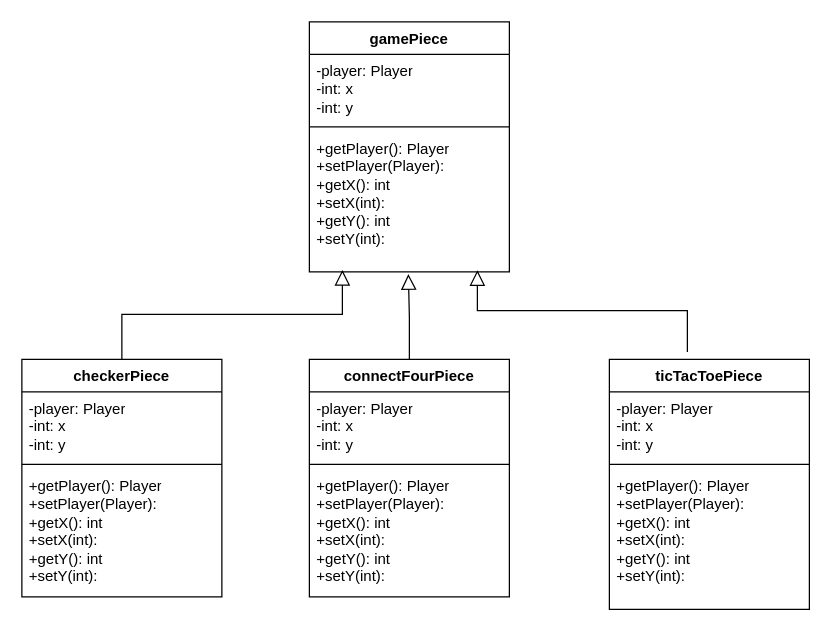
Before: Iteration_1/Backend/StructureDiagrams/Game_piece_structure_diagram.drawio in m-yoon02/Condensation, a draw.io diagram. Source tidied: cells renumbered, new cells numbered last; positions are measured from the earlier drawing's top-left corner, leaving out a move shared by most shapes. Both pictures are drawn from the tidied source at 125%, with x=0, y=0 at pixel (21, 21).
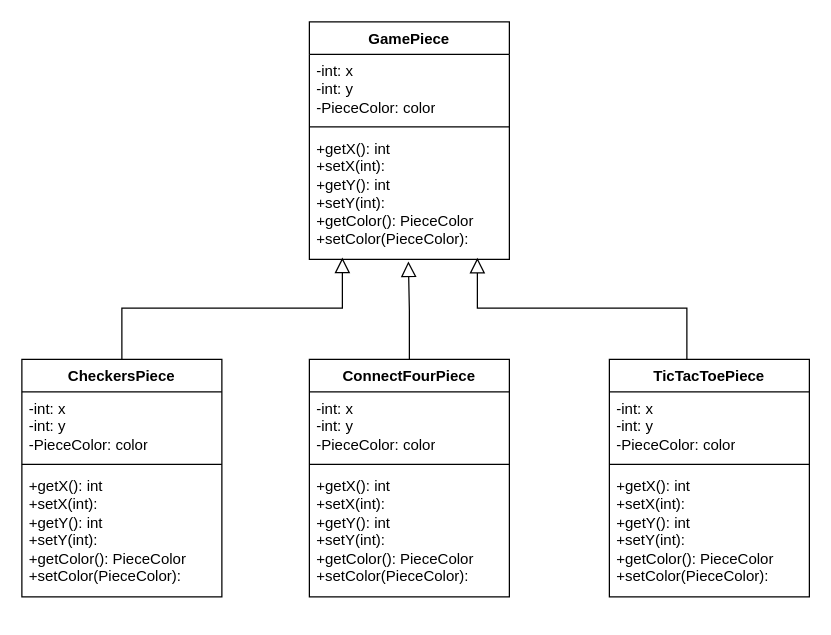
Above is the later version.

Commit message:
deleted Player attribute. Added color attribute. Changed naming scheme to pascal case

The edit, as a diff of the source:
```diff
@@
-    <mxCell id="2" value="gamePiece" style="swimlane;fontStyle=1;align=center;verticalAlign=top;horizontal=1;startSize=26;whiteSpace=wrap;html=1;" parent="1" vertex="1">
-      <mxGeometry x="230" width="160" height="200" as="geometry" />
+    <mxCell id="2" value="GamePiece" style="swimlane;fontStyle=1;align=center;verticalAlign=top;horizontal=1;startSize=26;whiteSpace=wrap;html=1;" parent="1" vertex="1">
+      <mxGeometry x="230" width="160" height="190" as="geometry" />
     </mxCell>
-    <mxCell id="3" value="-player: Player&lt;div&gt;-int: x&lt;/div&gt;&lt;div&gt;-int: y&lt;/div&gt;" style="text;strokeColor=none;fillColor=none;align=left;verticalAlign=top;spacingLeft=4;spacingRight=4;overflow=hidden;whiteSpace=wrap;html=1;" parent="2" vertex="1">
+    <mxCell id="3" value="&lt;div&gt;-int: x&lt;/div&gt;&lt;div&gt;-int: y&lt;/div&gt;&lt;div&gt;-PieceColor: color&lt;/div&gt;" style="text;strokeColor=none;fillColor=none;align=left;verticalAlign=top;spacingLeft=4;spacingRight=4;overflow=hidden;whiteSpace=wrap;html=1;" parent="2" vertex="1">
       <mxGeometry y="26" width="160" height="54" as="geometry" />
     </mxCell>
@@
-    <mxCell id="5" value="+getPlayer(): Player&lt;div&gt;+setPlayer(Player):&lt;/div&gt;&lt;div&gt;+getX(): int&lt;/div&gt;&lt;div&gt;+setX(int):&lt;/div&gt;&lt;div&gt;+getY(): int&lt;/div&gt;&lt;div&gt;+setY(int):&lt;/div&gt;&lt;div&gt;&lt;br&gt;&lt;/div&gt;" style="text;strokeColor=none;fillColor=none;align=left;verticalAlign=top;spacingLeft=4;spacingRight=4;overflow=hidden;points=[[0,0.5],[1,0.5]];portConstraint=eastwest;whiteSpace=wrap;html=1;" parent="2" vertex="1">
-      <mxGeometry y="88" width="160" height="112" as="geometry" />
+    <mxCell id="5" value="&lt;span style=&quot;background-color: initial;&quot;&gt;+getX(): int&lt;/span&gt;&lt;div&gt;+setX(int):&lt;/div&gt;&lt;div&gt;+getY(): int&lt;/div&gt;&lt;div&gt;+setY(int):&lt;/div&gt;&lt;div&gt;+getColor(): PieceColor&lt;/div&gt;&lt;div&gt;+setColor(PieceColor):&lt;/div&gt;&lt;div&gt;&lt;br&gt;&lt;/div&gt;" style="text;strokeColor=none;fillColor=none;align=left;verticalAlign=top;spacingLeft=4;spacingRight=4;overflow=hidden;points=[[0,0.5],[1,0.5]];portConstraint=eastwest;whiteSpace=wrap;html=1;" parent="2" vertex="1">
+      <mxGeometry y="88" width="160" height="102" as="geometry" />
     </mxCell>
-    <mxCell id="6" value="checkerPiece" style="swimlane;fontStyle=1;align=center;verticalAlign=top;horizontal=1;startSize=26;whiteSpace=wrap;html=1;" parent="1" vertex="1">
+    <mxCell id="6" value="CheckersPiece" style="swimlane;fontStyle=1;align=center;verticalAlign=top;horizontal=1;startSize=26;whiteSpace=wrap;html=1;" parent="1" vertex="1">
       <mxGeometry y="270" width="160" height="190" as="geometry" />
     </mxCell>
-    <mxCell id="7" value="-player: Player&lt;div&gt;-int: x&lt;/div&gt;&lt;div&gt;-int: y&lt;/div&gt;" style="text;strokeColor=none;fillColor=none;align=left;verticalAlign=top;spacingLeft=4;spacingRight=4;overflow=hidden;whiteSpace=wrap;html=1;" parent="6" vertex="1">
+    <mxCell id="7" value="&lt;div&gt;-int: x&lt;/div&gt;&lt;div&gt;-int: y&lt;/div&gt;&lt;div&gt;-PieceColor: color&lt;/div&gt;" style="text;strokeColor=none;fillColor=none;align=left;verticalAlign=top;spacingLeft=4;spacingRight=4;overflow=hidden;whiteSpace=wrap;html=1;" parent="6" vertex="1">
       <mxGeometry y="26" width="160" height="54" as="geometry" />
     </mxCell>
@@
-    <mxCell id="9" value="&lt;div&gt;+getPlayer(): Player&lt;div&gt;+setPlayer(Player):&lt;/div&gt;&lt;div&gt;+getX(): int&lt;/div&gt;&lt;div&gt;+setX(int):&lt;/div&gt;&lt;div&gt;+getY(): int&lt;/div&gt;&lt;div&gt;+setY(int):&lt;/div&gt;&lt;div&gt;&lt;br&gt;&lt;/div&gt;&lt;/div&gt;" style="text;strokeColor=none;fillColor=none;align=left;verticalAlign=top;spacingLeft=4;spacingRight=4;overflow=hidden;whiteSpace=wrap;html=1;" parent="6" vertex="1">
+    <mxCell id="9" value="&lt;div&gt;&lt;div&gt;&lt;div&gt;&lt;div&gt;&lt;span style=&quot;background-color: initial;&quot;&gt;+getX(): int&lt;/span&gt;&lt;div&gt;+setX(int):&lt;/div&gt;&lt;div&gt;+getY(): int&lt;/div&gt;&lt;div&gt;+setY(int):&lt;/div&gt;&lt;div&gt;+getColor(): PieceColor&lt;/div&gt;&lt;div&gt;+setColor(PieceColor):&lt;/div&gt;&lt;div&gt;&lt;br&gt;&lt;/div&gt;&lt;/div&gt;&lt;/div&gt;&lt;/div&gt;&lt;/div&gt;" style="text;strokeColor=none;fillColor=none;align=left;verticalAlign=top;spacingLeft=4;spacingRight=4;overflow=hidden;whiteSpace=wrap;html=1;" parent="6" vertex="1">
       <mxGeometry y="88" width="160" height="102" as="geometry" />
     </mxCell>
-    <mxCell id="10" value="connectFourPiece" style="swimlane;fontStyle=1;align=center;verticalAlign=top;horizontal=1;startSize=26;whiteSpace=wrap;html=1;" parent="1" vertex="1">
+    <mxCell id="10" value="ConnectFourPiece" style="swimlane;fontStyle=1;align=center;verticalAlign=top;horizontal=1;startSize=26;whiteSpace=wrap;html=1;" parent="1" vertex="1">
       <mxGeometry x="230" y="270" width="160" height="190" as="geometry" />
     </mxCell>
-    <mxCell id="11" value="-player: Player&lt;div&gt;-int: x&lt;/div&gt;&lt;div&gt;-int: y&lt;/div&gt;" style="text;strokeColor=none;fillColor=none;align=left;verticalAlign=top;spacingLeft=4;spacingRight=4;overflow=hidden;whiteSpace=wrap;html=1;" parent="10" vertex="1">
+    <mxCell id="11" value="&lt;div&gt;-int: x&lt;/div&gt;&lt;div&gt;-int: y&lt;/div&gt;&lt;div&gt;-PieceColor: color&lt;/div&gt;" style="text;strokeColor=none;fillColor=none;align=left;verticalAlign=top;spacingLeft=4;spacingRight=4;overflow=hidden;whiteSpace=wrap;html=1;" parent="10" vertex="1">
       <mxGeometry y="26" width="160" height="54" as="geometry" />
     </mxCell>
@@
-    <mxCell id="13" value="&lt;div&gt;+getPlayer(): Player&lt;div&gt;+setPlayer(Player):&lt;/div&gt;&lt;div&gt;+getX(): int&lt;/div&gt;&lt;div&gt;+setX(int):&lt;/div&gt;&lt;div&gt;+getY(): int&lt;/div&gt;&lt;div&gt;+setY(int):&lt;/div&gt;&lt;div&gt;&lt;br&gt;&lt;/div&gt;&lt;/div&gt;" style="text;strokeColor=none;fillColor=none;align=left;verticalAlign=top;spacingLeft=4;spacingRight=4;overflow=hidden;whiteSpace=wrap;html=1;" parent="10" vertex="1">
+    <mxCell id="13" value="&lt;div&gt;&lt;div&gt;&lt;div&gt;&lt;div&gt;&lt;span style=&quot;background-color: initial;&quot;&gt;+getX(): int&lt;/span&gt;&lt;div&gt;+setX(int):&lt;/div&gt;&lt;div&gt;+getY(): int&lt;/div&gt;&lt;div&gt;+setY(int):&lt;/div&gt;&lt;div&gt;+getColor(): PieceColor&lt;/div&gt;&lt;div&gt;+setColor(PieceColor):&lt;/div&gt;&lt;div&gt;&lt;br&gt;&lt;/div&gt;&lt;/div&gt;&lt;/div&gt;&lt;/div&gt;&lt;/div&gt;" style="text;strokeColor=none;fillColor=none;align=left;verticalAlign=top;spacingLeft=4;spacingRight=4;overflow=hidden;whiteSpace=wrap;html=1;" parent="10" vertex="1">
       <mxGeometry y="88" width="160" height="102" as="geometry" />
     </mxCell>
-    <mxCell id="14" value="ticTacToePiece" style="swimlane;fontStyle=1;align=center;verticalAlign=top;horizontal=1;startSize=26;whiteSpace=wrap;html=1;" parent="1" vertex="1">
-      <mxGeometry x="470" y="270" width="160" height="200" as="geometry" />
+    <mxCell id="14" value="TicTacToePiece" style="swimlane;fontStyle=1;align=center;verticalAlign=top;horizontal=1;startSize=26;whiteSpace=wrap;html=1;" parent="1" vertex="1">
+      <mxGeometry x="470" y="270" width="160" height="190" as="geometry" />
     </mxCell>
-    <mxCell id="15" value="-player: Player&lt;div&gt;-int: x&lt;/div&gt;&lt;div&gt;-int: y&lt;/div&gt;" style="text;strokeColor=none;fillColor=none;align=left;verticalAlign=top;spacingLeft=4;spacingRight=4;overflow=hidden;whiteSpace=wrap;html=1;" parent="14" vertex="1">
+    <mxCell id="15" value="&lt;div&gt;-int: x&lt;/div&gt;&lt;div&gt;-int: y&lt;/div&gt;&lt;div&gt;-PieceColor: color&lt;/div&gt;" style="text;strokeColor=none;fillColor=none;align=left;verticalAlign=top;spacingLeft=4;spacingRight=4;overflow=hidden;whiteSpace=wrap;html=1;" parent="14" vertex="1">
       <mxGeometry y="26" width="160" height="54" as="geometry" />
     </mxCell>
@@
-    <mxCell id="17" value="&lt;div&gt;+getPlayer(): Player&lt;div&gt;+setPlayer(Player):&lt;/div&gt;&lt;div&gt;+getX(): int&lt;/div&gt;&lt;div&gt;+setX(int):&lt;/div&gt;&lt;div&gt;+getY(): int&lt;/div&gt;&lt;div&gt;+setY(int):&lt;/div&gt;&lt;div&gt;&lt;br&gt;&lt;/div&gt;&lt;/div&gt;" style="text;strokeColor=none;fillColor=none;align=left;verticalAlign=top;spacingLeft=4;spacingRight=4;overflow=hidden;whiteSpace=wrap;html=1;" parent="14" vertex="1">
-      <mxGeometry y="88" width="160" height="112" as="geometry" />
+    <mxCell id="17" value="&lt;div&gt;&lt;div&gt;&lt;div&gt;&lt;div&gt;&lt;span style=&quot;background-color: initial;&quot;&gt;+getX(): int&lt;/span&gt;&lt;div&gt;+setX(int):&lt;/div&gt;&lt;div&gt;+getY(): int&lt;/div&gt;&lt;div&gt;+setY(int):&lt;/div&gt;&lt;div&gt;+getColor(): PieceColor&lt;/div&gt;&lt;div&gt;+setColor(PieceColor):&lt;/div&gt;&lt;div&gt;&lt;br&gt;&lt;/div&gt;&lt;/div&gt;&lt;/div&gt;&lt;/div&gt;&lt;/div&gt;" style="text;strokeColor=none;fillColor=none;align=left;verticalAlign=top;spacingLeft=4;spacingRight=4;overflow=hidden;whiteSpace=wrap;html=1;" parent="14" vertex="1">
+      <mxGeometry y="88" width="160" height="102" as="geometry" />
     </mxCell>
@@
-    <mxCell id="19" style="endArrow=block;endSize=10;endFill=0;shadow=0;strokeWidth=1;rounded=0;curved=0;edgeStyle=elbowEdgeStyle;elbow=vertical;exitX=0.39;exitY=-0.03;exitDx=0;exitDy=0;entryX=0.84;entryY=0.988;entryDx=0;entryDy=0;entryPerimeter=0;exitPerimeter=0;" parent="1" edge="1" source="14" target="5">
-      <mxGeometry relative="1" as="geometry" />
+    <mxCell id="19" style="endArrow=block;endSize=10;endFill=0;shadow=0;strokeWidth=1;rounded=0;curved=0;edgeStyle=elbowEdgeStyle;elbow=vertical;entryX=0.84;entryY=0.988;entryDx=0;entryDy=0;entryPerimeter=0;" parent="1" edge="1" target="5">
+      <mxGeometry relative="1" as="geometry">
+        <mxPoint x="532" y="270" as="sourcePoint" />
+      </mxGeometry>
     </mxCell>
```
